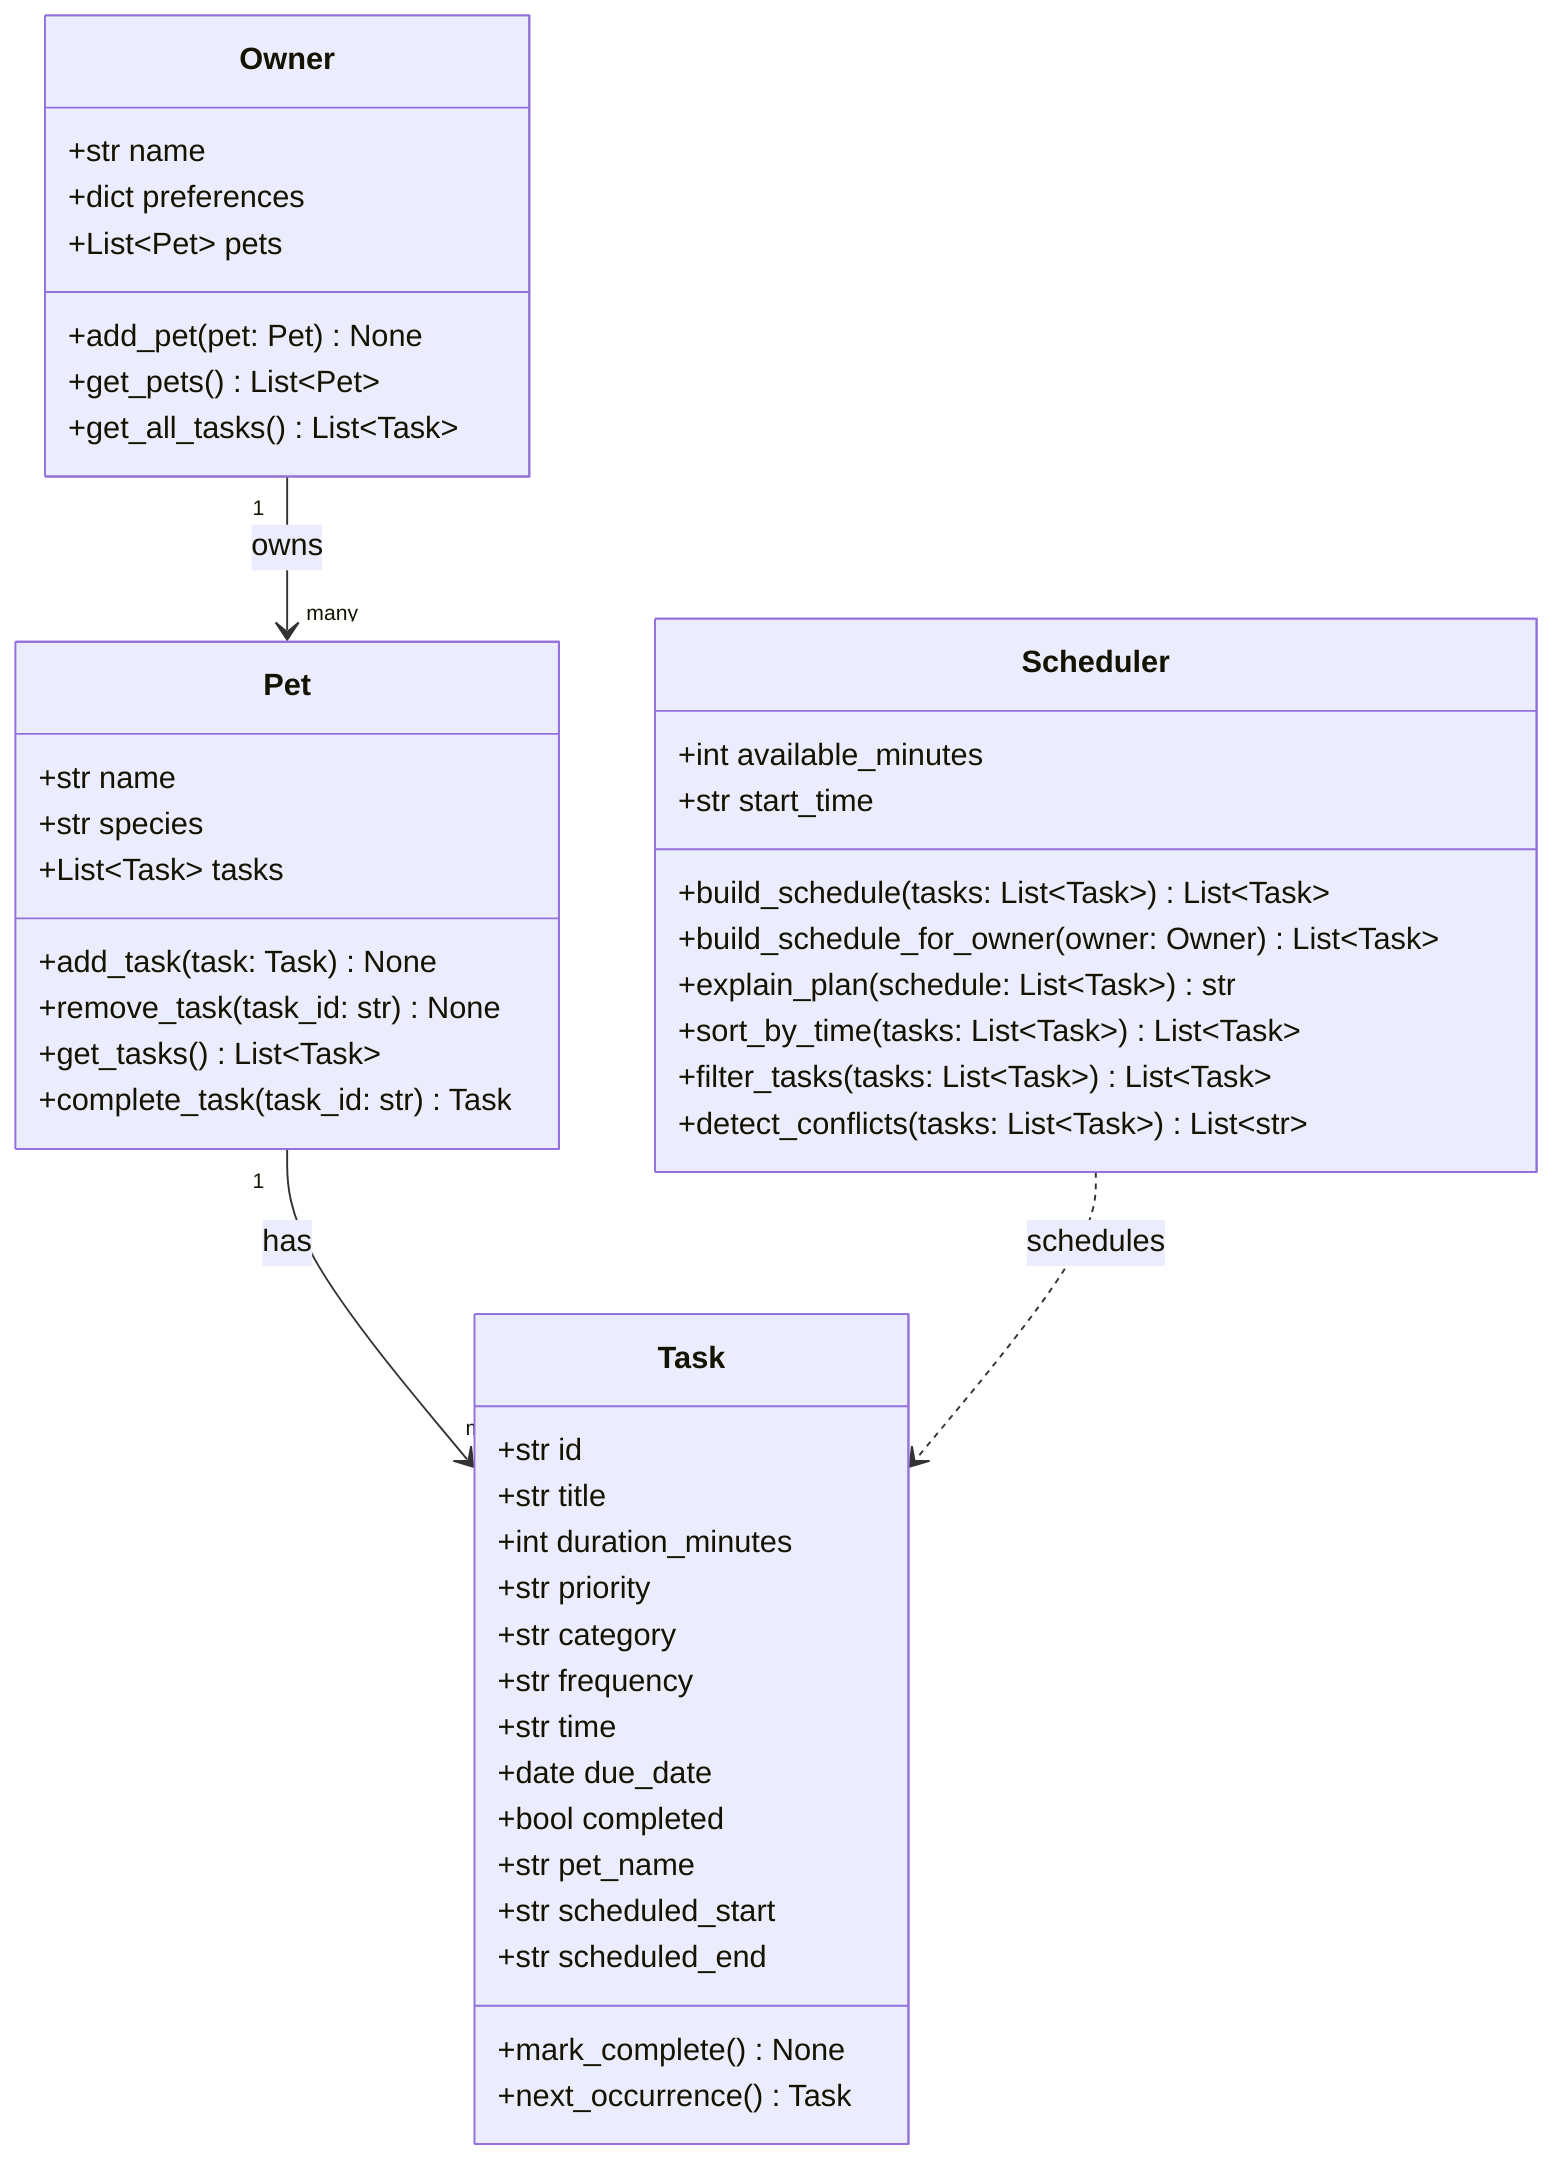
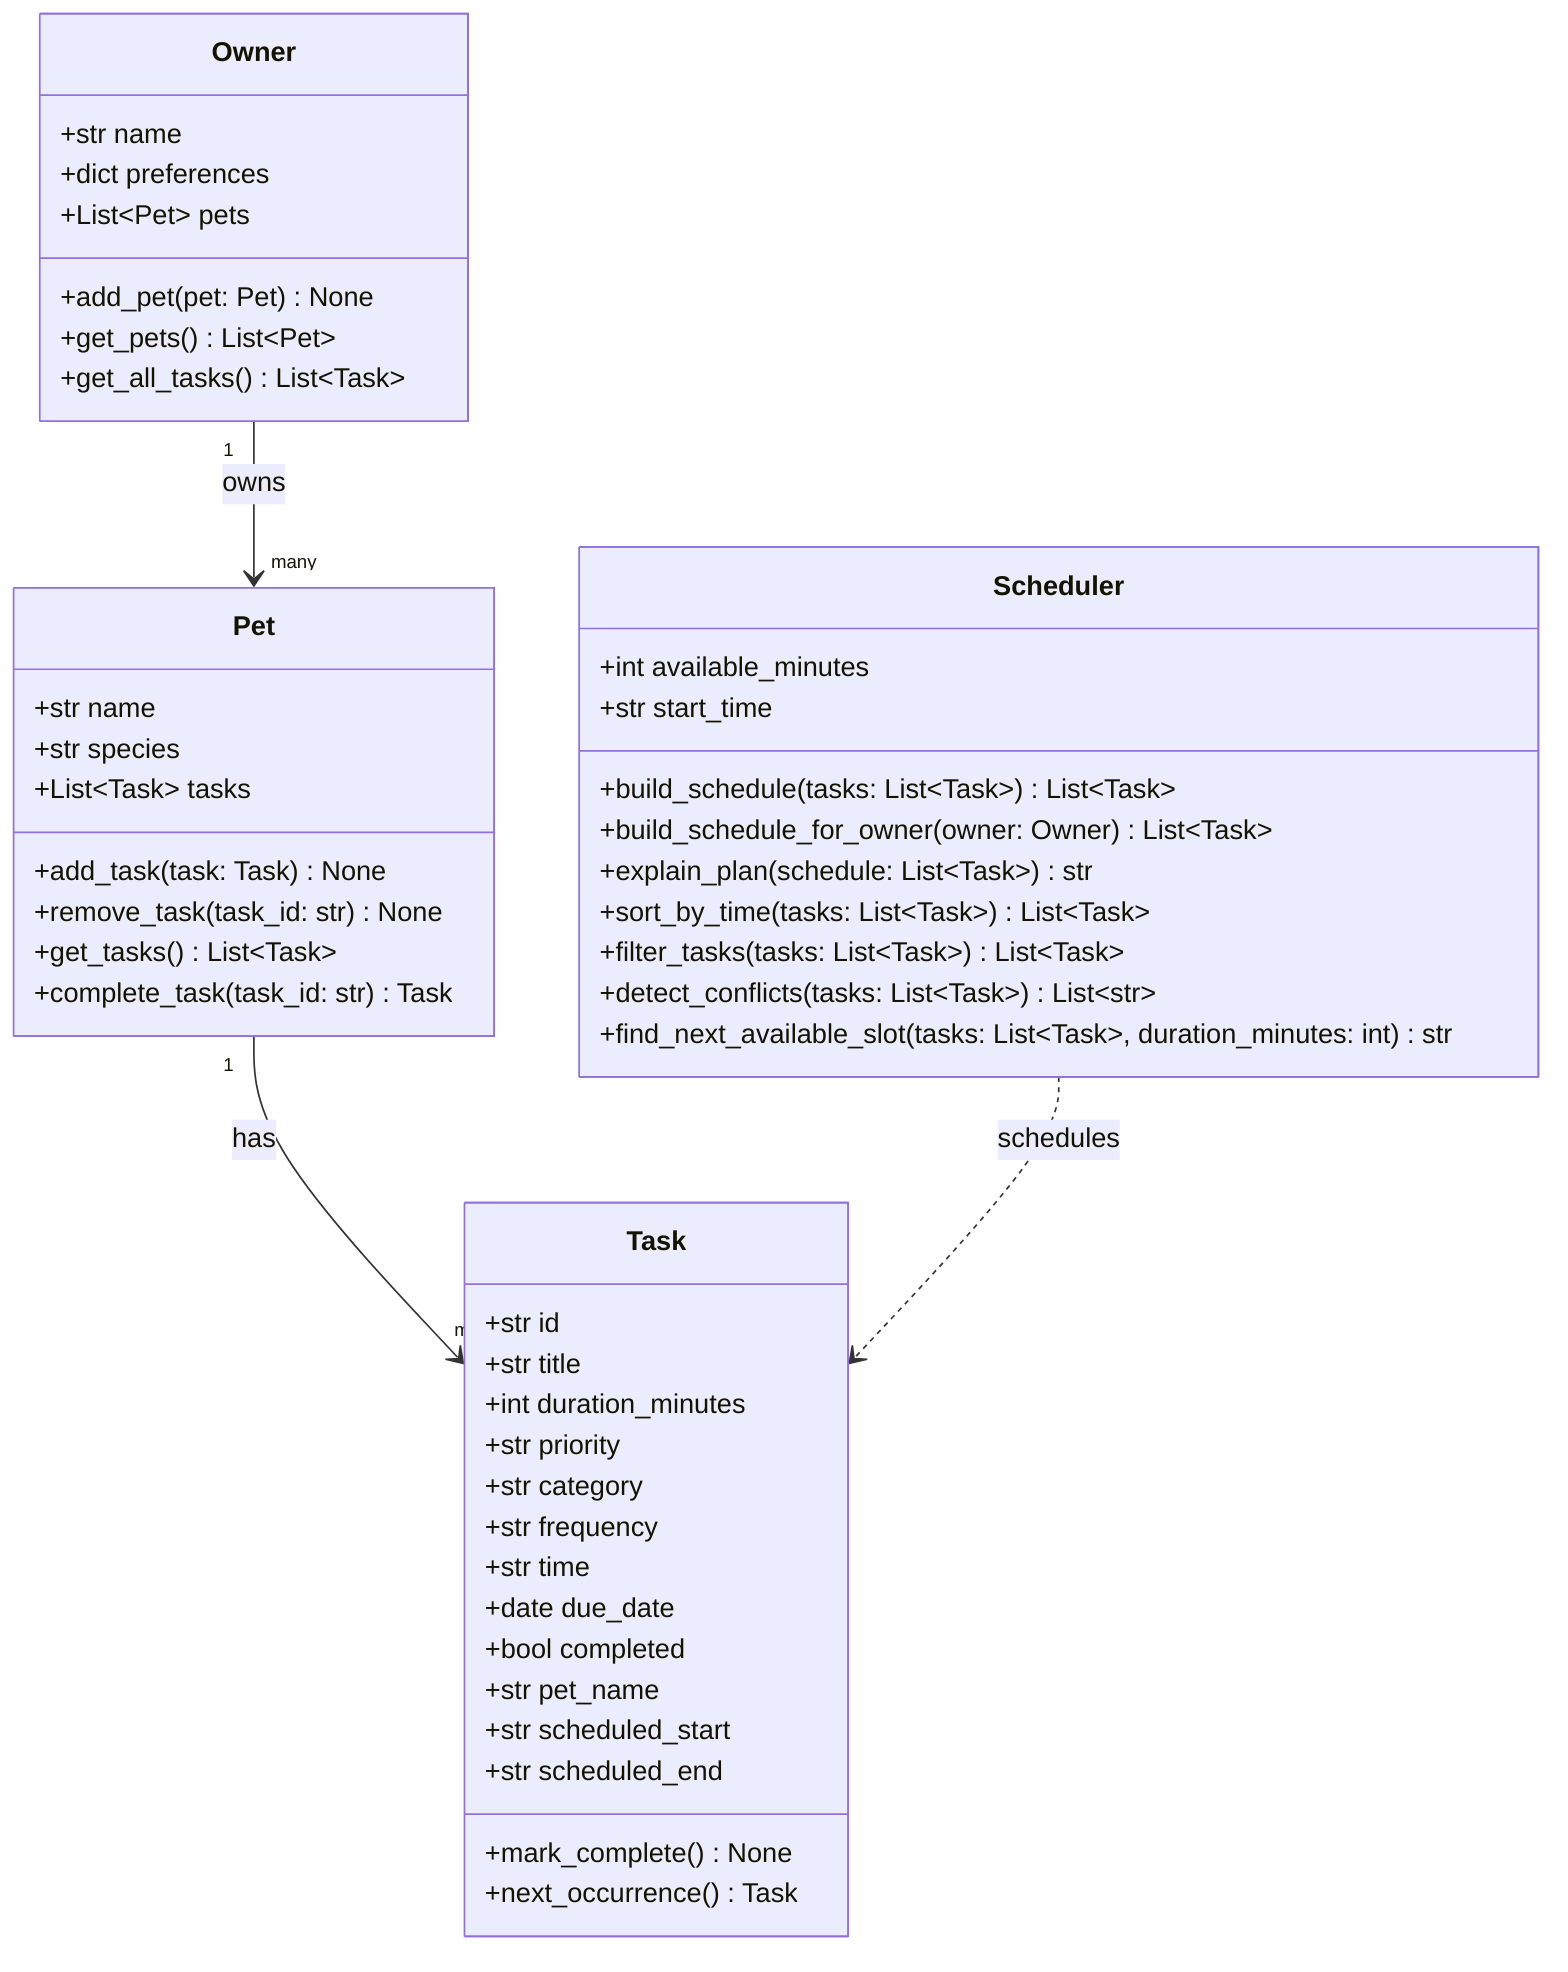
classDiagram
    class Owner {
        +str name
        +dict preferences
        +List~Pet~ pets
        +add_pet(pet: Pet) None
        +get_pets() List~Pet~
        +get_all_tasks() List~Task~
    }

    class Pet {
        +str name
        +str species
        +List~Task~ tasks
        +add_task(task: Task) None
        +remove_task(task_id: str) None
        +get_tasks() List~Task~
        +complete_task(task_id: str) Task
    }

    class Task {
        +str id
        +str title
        +int duration_minutes
        +str priority
        +str category
        +str frequency
        +str time
        +date due_date
        +bool completed
        +str pet_name
        +str scheduled_start
        +str scheduled_end
        +mark_complete() None
        +next_occurrence() Task
    }

    class Scheduler {
        +int available_minutes
        +str start_time
        +build_schedule(tasks: List~Task~) List~Task~
        +build_schedule_for_owner(owner: Owner) List~Task~
        +explain_plan(schedule: List~Task~) str
        +sort_by_time(tasks: List~Task~) List~Task~
        +filter_tasks(tasks: List~Task~) List~Task~
        +detect_conflicts(tasks: List~Task~) List~str~
+         +find_next_available_slot(tasks: List~Task~, duration_minutes: int) str
    }

    Owner "1" --> "many" Pet : owns
    Pet "1" --> "many" Task : has
    Scheduler ..> Task : schedules
